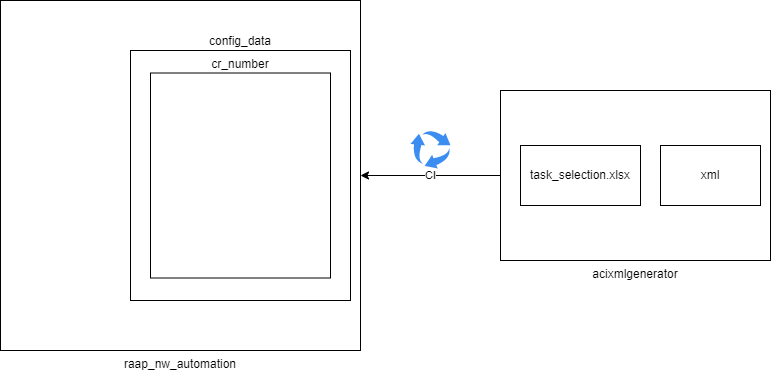
Earlier version of the draw.io export CI_Pipeline_Design.drawio.png (nhanawa/drawio). Source tidied: cells renumbered, new cells last; positions are measured from the earlier drawing's top-left corner, leaving out a move shared by most shapes. The source it was exported from:
```xml
<mxGraphModel>
  <root>
    <mxCell id="0" />
    <mxCell id="1" parent="0" />
    <mxCell id="2" style="edgeStyle=orthogonalEdgeStyle;rounded=0;jettySize=auto;html=1;exitX=0;exitY=0.5;exitDx=0;exitDy=0;entryX=1;entryY=0.5;entryDx=0;entryDy=0;" parent="1" edge="1" source="4" target="7">
      <mxGeometry relative="1" as="geometry" />
    </mxCell>
    <mxCell id="3" value="CI" style="edgeLabel;html=1;align=center;verticalAlign=middle;" parent="2" vertex="1">
      <mxGeometry x="-0.29" y="3" relative="1" as="geometry">
        <mxPoint x="-20" y="-3" as="offset" />
      </mxGeometry>
    </mxCell>
    <mxCell id="4" value="acixmlgenerator" style="rounded=0;whiteSpace=wrap;html=1;labelPosition=center;verticalLabelPosition=bottom;align=center;verticalAlign=top;" parent="1" vertex="1">
      <mxGeometry x="500" y="90" width="270" height="170" as="geometry" />
    </mxCell>
    <mxCell id="5" value="task_selection.xlsx" style="rounded=0;whiteSpace=wrap;html=1;" parent="1" vertex="1">
      <mxGeometry x="520" y="145" width="120" height="60" as="geometry" />
    </mxCell>
    <mxCell id="6" value="xml" style="rounded=0;whiteSpace=wrap;html=1;" parent="1" vertex="1">
      <mxGeometry x="660" y="145" width="100" height="60" as="geometry" />
    </mxCell>
    <mxCell id="7" value="raap_nw_automation" style="rounded=0;whiteSpace=wrap;html=1;labelPosition=center;verticalLabelPosition=bottom;align=center;verticalAlign=top;" parent="1" vertex="1">
      <mxGeometry width="360" height="350" as="geometry" />
    </mxCell>
    <mxCell id="8" style="sketch=0;html=1;strokeColor=none;shadow=0;align=center;verticalAlign=bottom;fillColor=#3B8DF1;shape=mxgraph.gcp2.arrow_cycle;labelPosition=center;verticalLabelPosition=top;" parent="1" vertex="1">
      <mxGeometry x="410" y="130" width="40" height="38" as="geometry" />
    </mxCell>
    <mxCell id="9" value="config_data" style="rounded=0;whiteSpace=wrap;html=1;labelPosition=center;verticalLabelPosition=top;align=center;verticalAlign=bottom;" parent="1" vertex="1">
      <mxGeometry x="130" y="50" width="220" height="250" as="geometry" />
    </mxCell>
    <mxCell id="10" value="cr_number" style="rounded=0;whiteSpace=wrap;html=1;labelPosition=center;verticalLabelPosition=top;align=center;verticalAlign=bottom;" parent="1" vertex="1">
      <mxGeometry x="150" y="72.5" width="180" height="205" as="geometry" />
    </mxCell>
  </root>
</mxGraphModel>
```
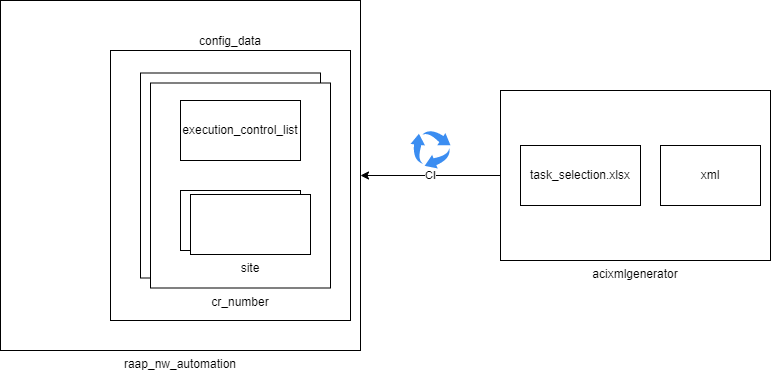
After the commit.

Commit message:
CI_Pipeline_Design.drawio.png を更新します

Diff of the diagram source:
```diff
@@ -26,10 +26,22 @@
       <mxGeometry x="410" y="130" width="40" height="38" as="geometry" />
     </mxCell>
     <mxCell id="9" value="config_data" style="rounded=0;whiteSpace=wrap;html=1;labelPosition=center;verticalLabelPosition=top;align=center;verticalAlign=bottom;" parent="1" vertex="1">
-      <mxGeometry x="130" y="50" width="220" height="250" as="geometry" />
+      <mxGeometry x="110" y="50" width="240" height="270" as="geometry" />
     </mxCell>
-    <mxCell id="10" value="cr_number" style="rounded=0;whiteSpace=wrap;html=1;labelPosition=center;verticalLabelPosition=top;align=center;verticalAlign=bottom;" parent="1" vertex="1">
-      <mxGeometry x="150" y="72.5" width="180" height="205" as="geometry" />
+    <mxCell id="10" style="rounded=0;whiteSpace=wrap;html=1;labelPosition=center;verticalLabelPosition=top;align=center;verticalAlign=bottom;" parent="1" vertex="1">
+      <mxGeometry x="140" y="72.5" width="180" height="205" as="geometry" />
     </mxCell>
+    <mxCell id="11" value="cr_number" style="rounded=0;whiteSpace=wrap;html=1;labelPosition=center;verticalLabelPosition=bottom;align=center;verticalAlign=top;" parent="1" vertex="1">
+      <mxGeometry x="150" y="82.5" width="180" height="205" as="geometry" />
+    </mxCell>
+    <mxCell id="12" value="execution_control_list" style="rounded=0;whiteSpace=wrap;html=1;" parent="1" vertex="1">
+      <mxGeometry x="180" y="100" width="120" height="60" as="geometry" />
+    </mxCell>
+    <mxCell id="13" style="rounded=0;whiteSpace=wrap;html=1;labelPosition=center;verticalLabelPosition=bottom;align=center;verticalAlign=top;" parent="1" vertex="1">
+      <mxGeometry x="180" y="190" width="120" height="60" as="geometry" />
+    </mxCell>
+    <mxCell id="14" value="site" style="rounded=0;whiteSpace=wrap;html=1;labelPosition=center;verticalLabelPosition=bottom;align=center;verticalAlign=top;" parent="1" vertex="1">
+      <mxGeometry x="190" y="194" width="120" height="60" as="geometry" />
+    </mxCell>
   </root>
 </mxGraphModel>
```
